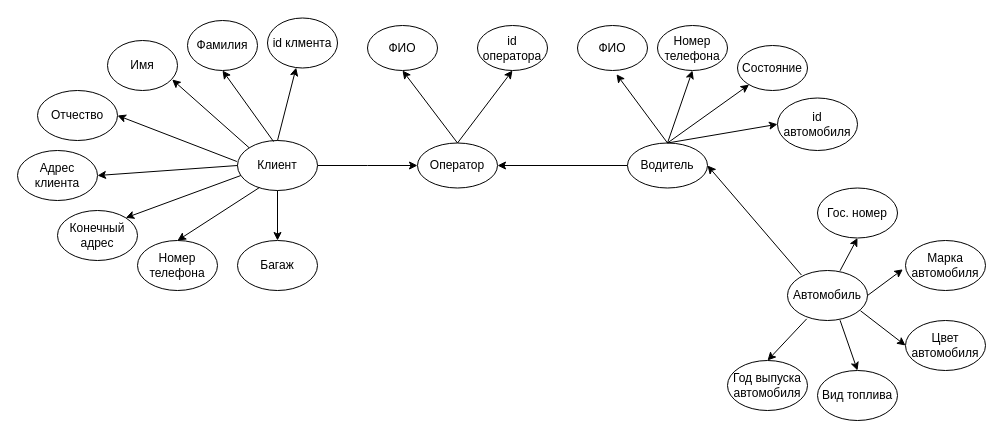
igKaneProgrammer/allprojects keeps this draw.io diagram as База данных/ERдиаграмаНовая.drawio. Above is the earlier version. Source tidied: cells renumbered, new cells numbered last; positions are measured from the earlier drawing's top-left corner, leaving out a move shared by most shapes. Both pictures are drawn from the tidied source at 100%, with x=0, y=0 at pixel (17, 18).
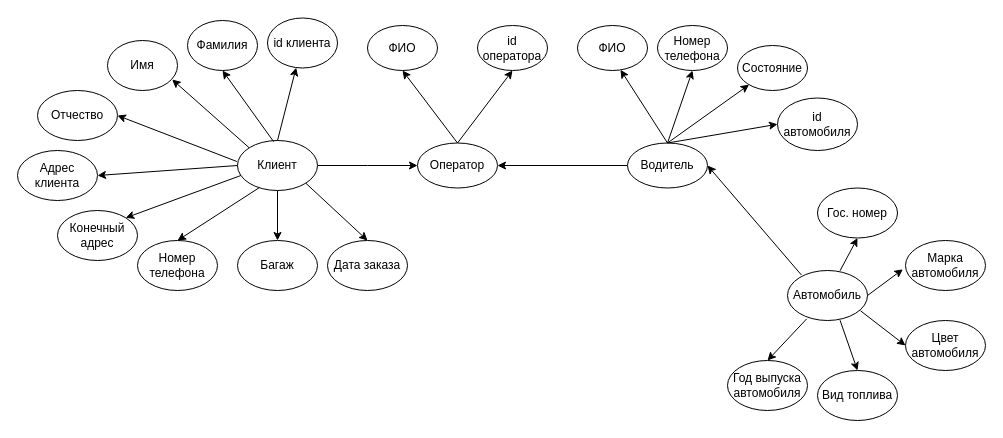
The same page after the edit.

Unchanged cells that the change refers to:
```xml
<mxCell id="3" value="Клиент" style="ellipse;whiteSpace=wrap;html=1;" parent="1" vertex="1">
  <mxGeometry x="220" y="122" width="80" height="50" as="geometry" />
</mxCell>
<mxCell id="26" value="Водитель" style="ellipse;whiteSpace=wrap;html=1;" parent="1" vertex="1">
  <mxGeometry x="610" y="124.5" width="80" height="45" as="geometry" />
</mxCell>
<mxCell id="27" value="ФИО" style="ellipse;whiteSpace=wrap;html=1;" parent="1" vertex="1">
  <mxGeometry x="560" y="7" width="70" height="45" as="geometry" />
</mxCell>
```

Change to the diagram source:
```diff
@@
-    <mxCell id="21" value="id клмента" style="ellipse;whiteSpace=wrap;html=1;" parent="1" vertex="1">
+    <mxCell id="21" value="id клиента" style="ellipse;whiteSpace=wrap;html=1;" parent="1" vertex="1">
       <mxGeometry x="250" y="-0.5" width="70" height="50" as="geometry" />
     </mxCell>
@@
-    <mxCell id="31" style="endArrow=classic;html=1;rounded=0;exitX=0.5;exitY=0;exitDx=0;exitDy=0;entryX=0.557;entryY=1.083;entryDx=0;entryDy=0;entryPerimeter=0;" parent="1" edge="1" source="26" target="27">
+    <mxCell id="31" style="endArrow=classic;html=1;rounded=0;exitX=0.5;exitY=0;exitDx=0;exitDy=0;entryX=0.614;entryY=0.984;entryDx=0;entryDy=0;entryPerimeter=0;" parent="1" edge="1" source="26" target="27">
       <mxGeometry relative="1" as="geometry" />
     </mxCell>
@@
+    <mxCell id="47" value="Дата заказа" style="ellipse;whiteSpace=wrap;html=1;" parent="1" vertex="1">
+      <mxGeometry x="310" y="222" width="80" height="50" as="geometry" />
+    </mxCell>
+    <mxCell id="48" style="endArrow=classic;html=1;rounded=0;exitX=1;exitY=1;exitDx=0;exitDy=0;entryX=0.5;entryY=0;entryDx=0;entryDy=0;" parent="1" edge="1" source="3" target="47">
+      <mxGeometry relative="1" as="geometry" />
+    </mxCell>
```
